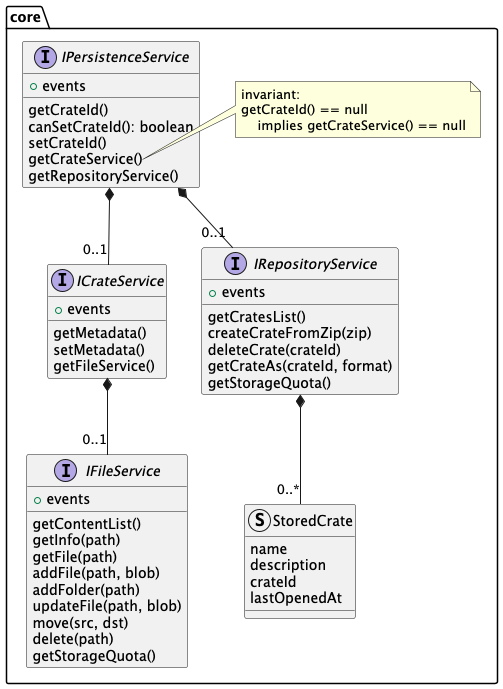
Before: docs/figures/lib-v2/lib-persistence.png, a diagram exported from PlantUML (kit-data-manager/NovaCrate). Source of this version:
```plantuml
@startuml

package core {
    interface IPersistenceService {
        + events
        getCrateId()
        canSetCrateId(): boolean
        setCrateId()
        getCrateService()
        getRepositoryService()
    }

    interface ICrateService {
        + events
        getMetadata()
        setMetadata()
        getFileService()
    }

    interface IFileService {
        + events
        getContentList()
        getInfo(path)
        getFile(path)
        addFile(path, blob)
        addFolder(path)
        updateFile(path, blob)
        move(src, dst)
        delete(path)
        getStorageQuota()
    }

    interface IRepositoryService {
        + events
        getCratesList()
        createCrateFromZip(zip)
        deleteCrate(crateId)
        getCrateAs(crateId, format)
        getStorageQuota()
    }

    struct StoredCrate {
        name
        description
        crateId
        lastOpenedAt
    }

    note right of IPersistenceService::getCrateService()
        invariant:
        getCrateId() == null
            implies getCrateService() == null
    end note

    IRepositoryService *-- "0..*" StoredCrate
    ICrateService *-- "0..1" IFileService
    IPersistenceService *-- "0..1" ICrateService
    IPersistenceService *-- "0..1" IRepositoryService
}



@enduml
```
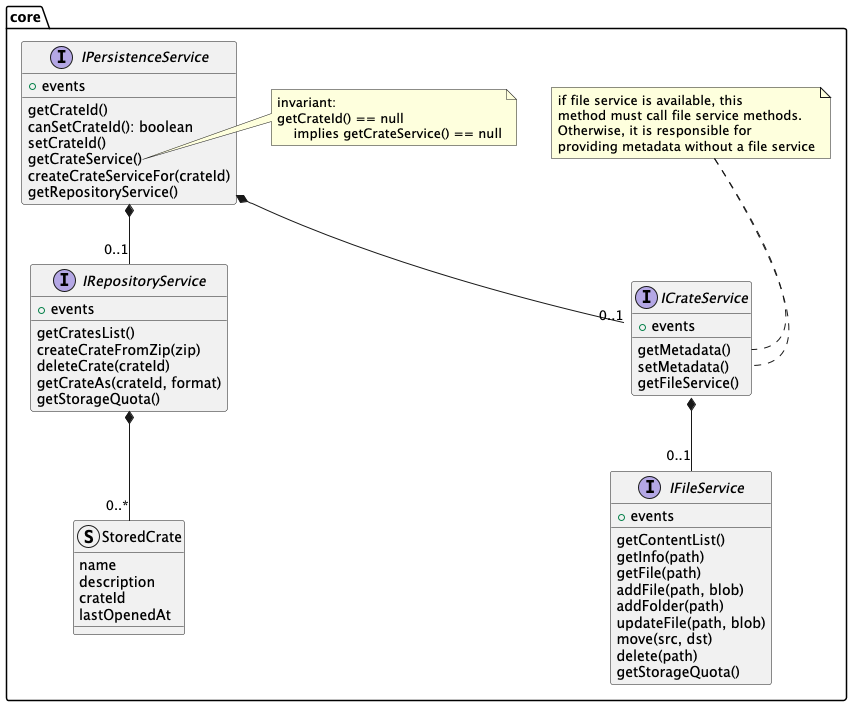
The same diagram one commit later.

What changed in the source:
```diff
@@ -7,6 +7,7 @@
         canSetCrateId(): boolean
         setCrateId()
         getCrateService()
+        createCrateServiceFor(crateId)
         getRepositoryService()
     }
 
@@ -16,6 +17,16 @@
         setMetadata()
         getFileService()
     }
+
+    note as N1
+        if file service is available, this
+        method must call file service methods.
+        Otherwise, it is responsible for
+        providing metadata without a file service
+    endnote
+
+    N1 .. ICrateService::setMetadata
+    N1 .. ICrateService::getMetadata
 
     interface IFileService {
         + events
```
